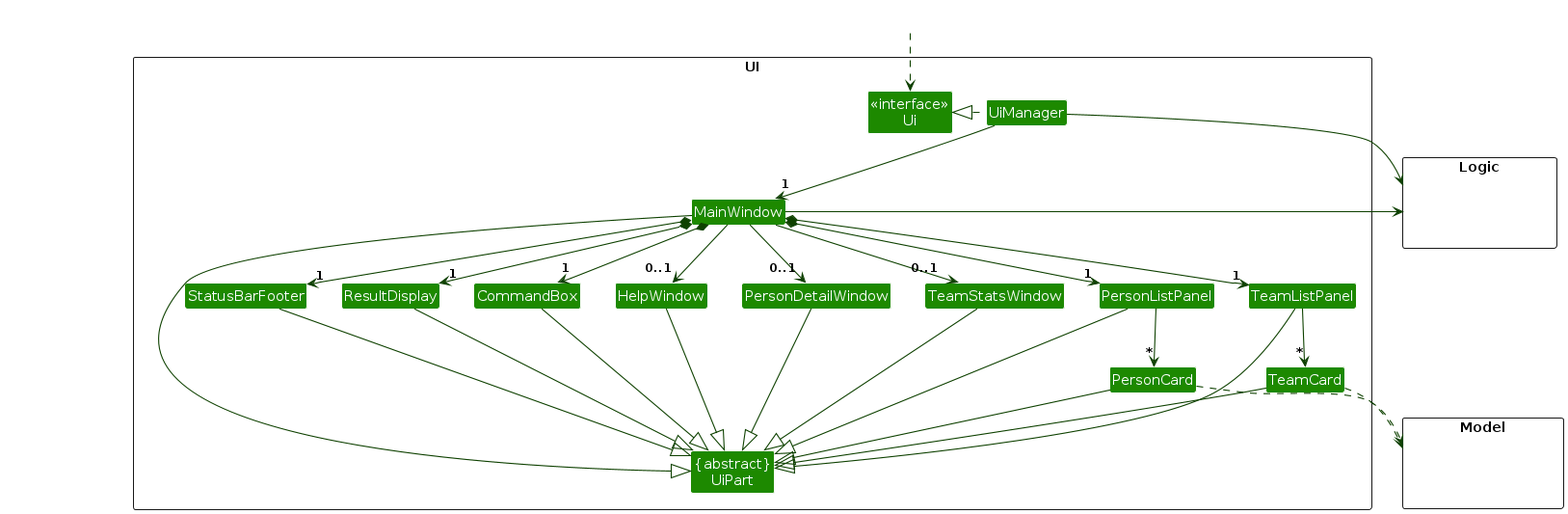
Before: diagrams/UiClassDiagram.png, a diagram exported from PlantUML (AY2526S1-CS2103T-F08b-1/tp). Its source is kept beside it as diagrams/UiClassDiagram.puml.
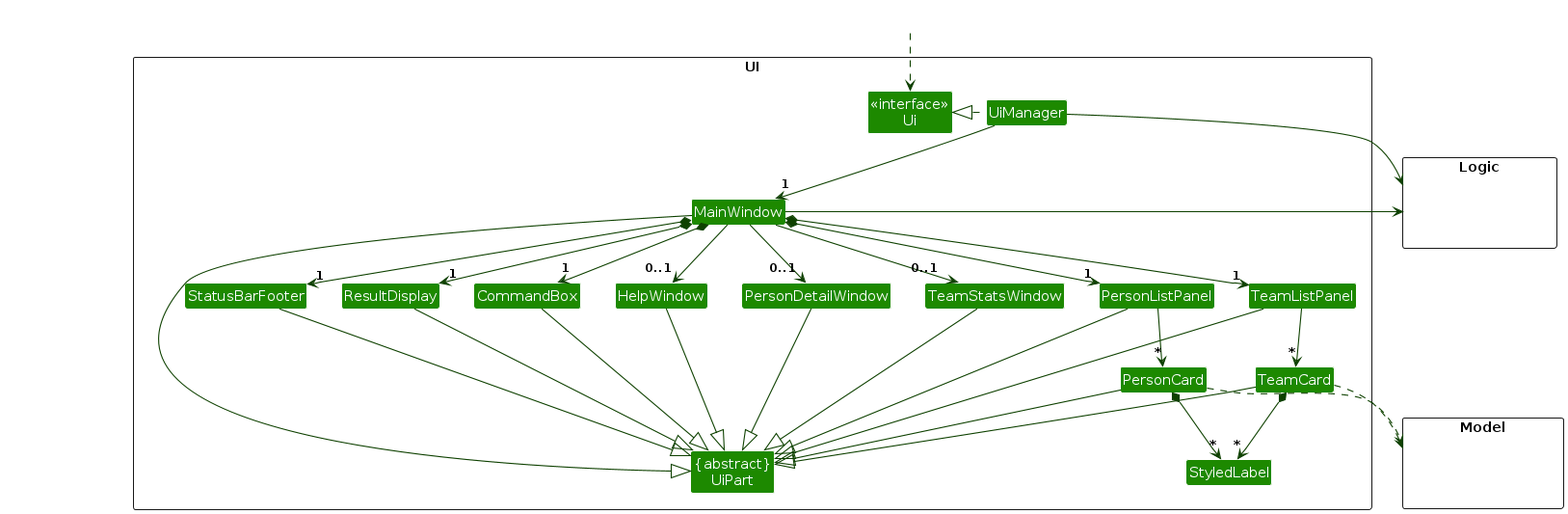
After the commit.

What changed in the source:
```diff
@@ -13,14 +13,13 @@
 Class ResultDisplay
 Class PersonListPanel
 Class PersonCard
+Class TeamListPanel
+Class TeamCard
 Class StatusBarFooter
 Class CommandBox
-
-Class TeamListPanel
-Class TeamCard
+Class PersonDetailWindow
 Class TeamStatsWindow
-
-Class PersonDetailWindow
+Class StyledLabel
 }
 
 package Model <<Rectangle>> {
@@ -76,5 +75,8 @@
 TeamListPanel -[hidden]left- TeamStatsWindow
 TeamStatsWindow -[hidden]left- PersonDetailWindow
 
+PersonCard *--> "*" StyledLabel
+TeamCard *--> "*" StyledLabel
+
 MainWindow -[hidden]-|> UiPart
 @enduml
```
